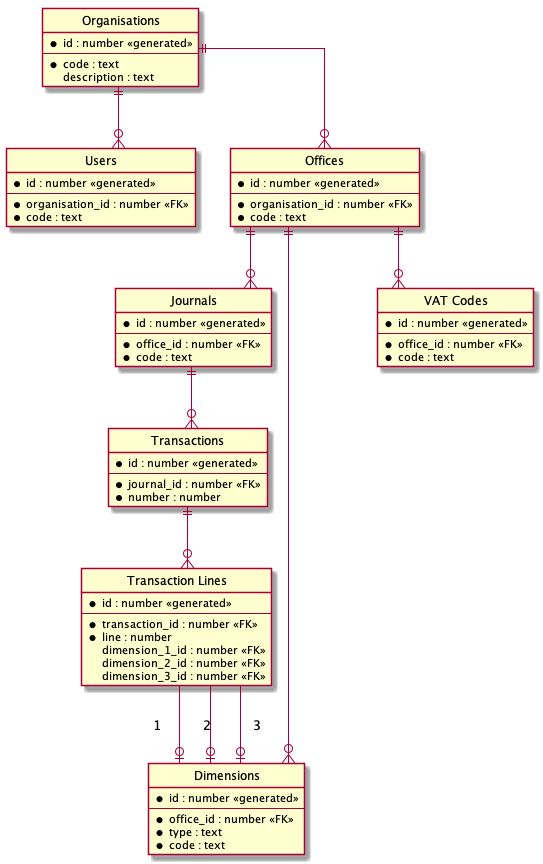
This is documentation/diagram.png from wp-twinfield/wp-twinfield, a PlantUML export, as it was before one commit. Its diagram source:
```plantuml
@startuml

hide circle

skinparam linetype ortho

entity "Organisations" as organisation {
  *id : number <<generated>>
  --
  *code : text
  description : text
}

entity "Users" as user {
  *id : number <<generated>>
  --
  *organisation_id : number <<FK>>
  *code : text
}

entity "Offices" as office {
  *id : number <<generated>>
  --
  *organisation_id : number <<FK>>
  *code : text
}

entity "Journals" as journal {
  *id : number <<generated>>
  --
  *office_id : number <<FK>>
  *code : text
}

entity "Dimensions" as dimension {
  *id : number <<generated>>
  --
  *office_id : number <<FK>>
  *type : text
  *code : text
}

entity "Transactions" as transaction {
  *id : number <<generated>>
  --
  *journal_id : number <<FK>>
  *number : number
}

entity "Transaction Lines" as transaction_line {
  *id : number <<generated>>
  --
  *transaction_id : number <<FK>>
  *line : number
  dimension_1_id : number <<FK>>
  dimension_2_id : number <<FK>>
  dimension_3_id : number <<FK>>
}

entity "VAT Codes" as vat_code {
  *id : number <<generated>>
  --
  *office_id : number <<FK>>
  *code : text
}

organisation ||--o{ user
organisation ||--o{ office
office ||--o{ journal
office ||--o{ dimension
office ||--o{ vat_code
journal ||--o{ transaction
transaction ||--o{ transaction_line
transaction_line --o| dimension : "1"
transaction_line --o| dimension : "2"
transaction_line --o| dimension : "3"

@enduml
```
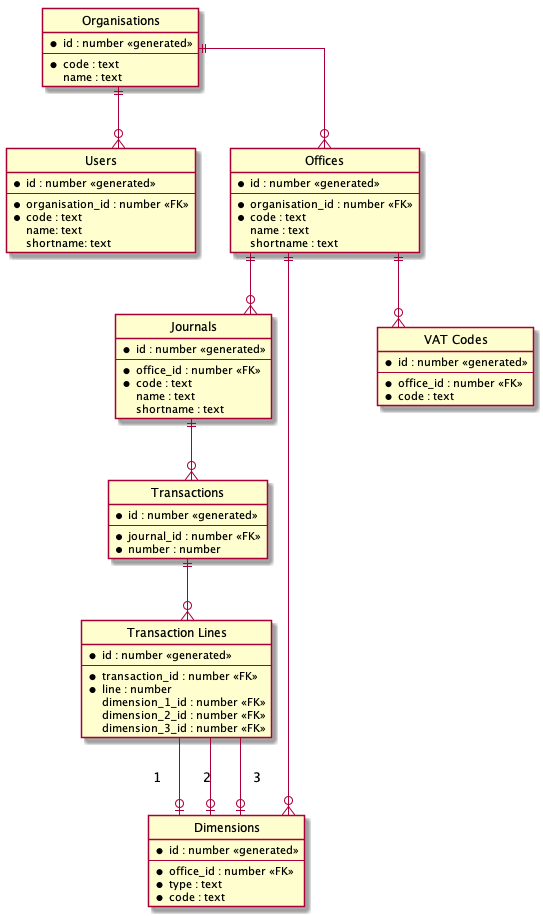
After the change.

The edit, as a diff of the source:
```diff
@@ -8,7 +8,7 @@
   *id : number <<generated>>
   --
   *code : text
-  description : text
+  name : text
 }
 
 entity "Users" as user {
@@ -16,6 +16,8 @@
   --
   *organisation_id : number <<FK>>
   *code : text
+  name: text
+  shortname: text
 }
 
 entity "Offices" as office {
@@ -23,6 +25,8 @@
   --
   *organisation_id : number <<FK>>
   *code : text
+  name : text
+  shortname : text
 }
 
 entity "Journals" as journal {
@@ -30,6 +34,8 @@
   --
   *office_id : number <<FK>>
   *code : text
+  name : text
+  shortname : text
 }
 
 entity "Dimensions" as dimension {
```
